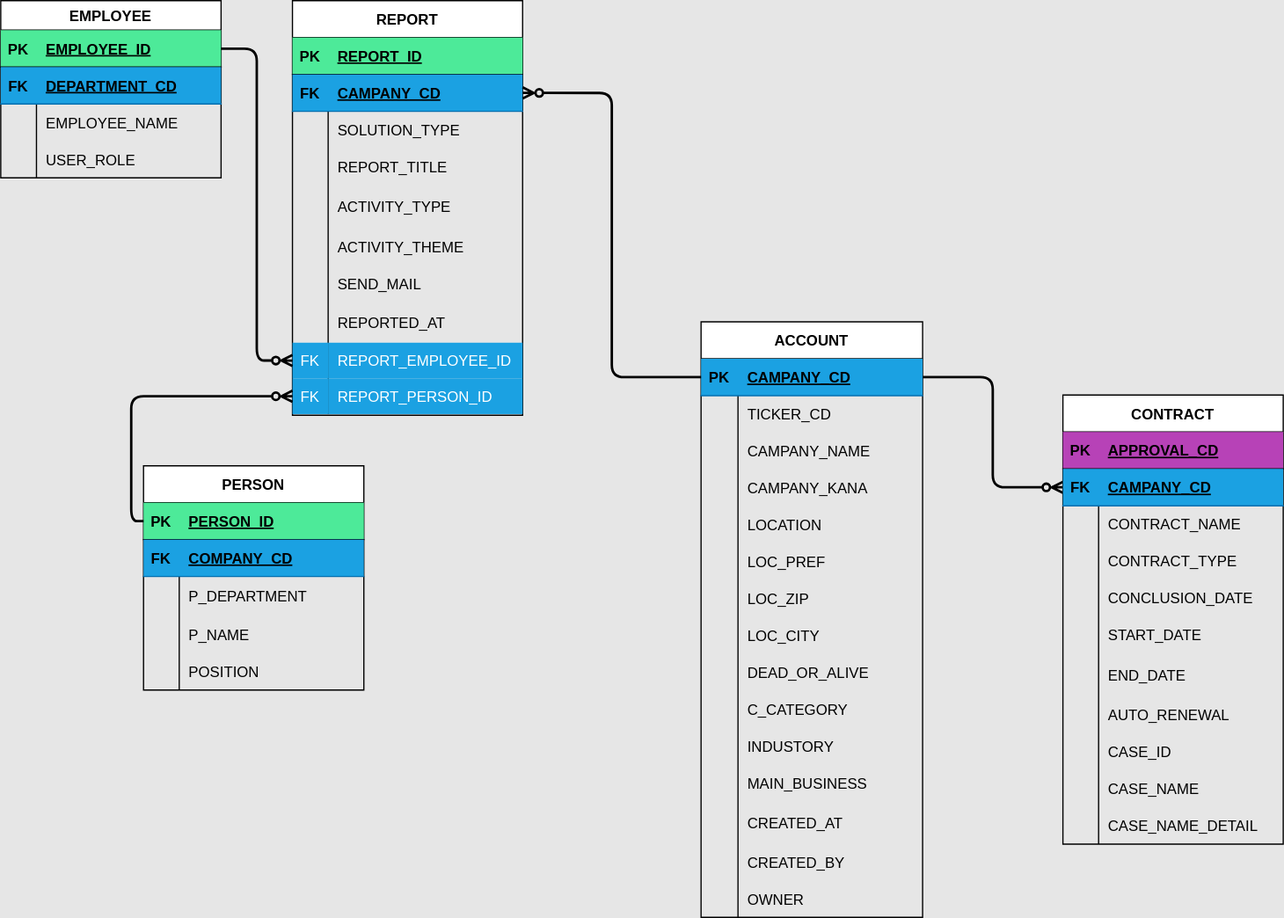
This is fmicrm-er.drawio.svg from dando-charon/st-crm-work, a draw.io export, as it was before one commit. Source tidied: cells renumbered, new cells last; positions are measured from the earlier drawing's top-left corner, leaving out a move shared by most shapes.
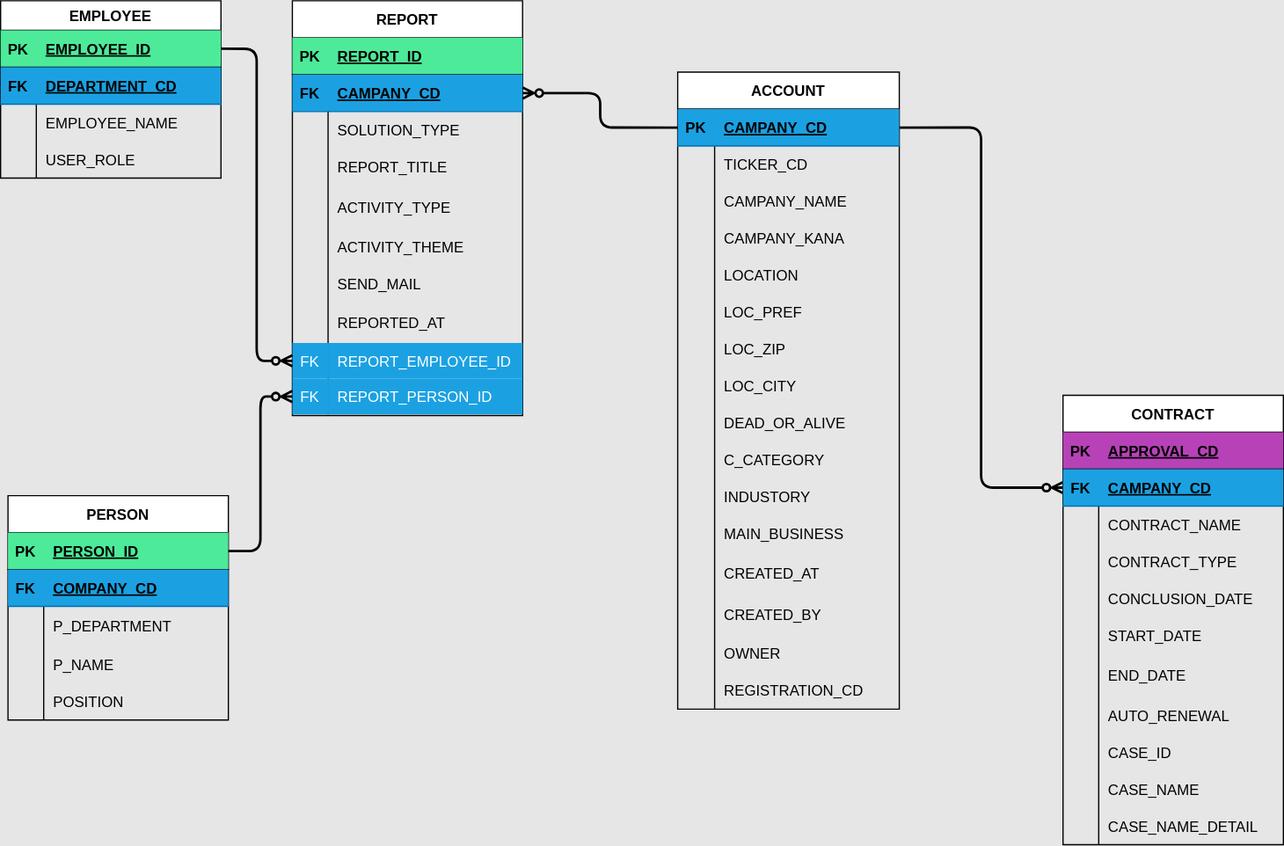
After the change.

Change to the diagram source:
```diff
@@ -6,7 +6,7 @@
       <mxGeometry relative="1" as="geometry" />
     </mxCell>
     <mxCell id="3" value="ACCOUNT" style="shape=table;startSize=30;rowLines=0;fontStyle=1;align=center;gradientColor=none;strokeColor=#000000;" parent="1" vertex="1">
-      <mxGeometry x="569" y="261" width="180" height="484" as="geometry" />
+      <mxGeometry x="550" y="58" width="180" height="517.4" as="geometry" />
     </mxCell>
     <mxCell id="4" style="shape=tableRow;horizontal=0;startSize=0;swimlaneHead=0;swimlaneBody=0;fillColor=#1ba1e2;points=[[0,0.5],[1,0.5]];portConstraint=eastwest;top=0;left=0;right=0;bottom=1;swimlaneFillColor=#197123;strokeColor=#006EAF;fontColor=#ffffff;" parent="3" vertex="1">
       <mxGeometry y="30" width="180" height="30" as="geometry" />
@@ -126,16 +126,16 @@
       <mxGeometry x="30" width="150" height="34" as="geometry" />
     </mxCell>
     <mxCell id="43" style="shape=tableRow;horizontal=0;startSize=0;swimlaneHead=0;swimlaneBody=0;fillColor=none;top=0;left=0;right=0;bottom=0;" parent="3" vertex="1">
-      <mxGeometry y="424" width="180" height="30" as="geometry" />
+      <mxGeometry y="424" width="180" height="33" as="geometry" />
     </mxCell>
     <mxCell id="44" style="shape=partialRectangle;fillColor=none;top=0;left=0;bottom=0;right=0;overflow=hidden;" parent="43" vertex="1">
-      <mxGeometry width="30" height="30" as="geometry" />
+      <mxGeometry width="30" height="33" as="geometry" />
     </mxCell>
     <mxCell id="45" value="CREATED_BY" style="shape=partialRectangle;fillColor=none;top=0;left=0;bottom=0;right=0;align=left;spacingLeft=6;overflow=hidden;fontColor=#000000;" parent="43" vertex="1">
-      <mxGeometry x="30" width="150" height="30" as="geometry" />
+      <mxGeometry x="30" width="150" height="33" as="geometry" />
     </mxCell>
     <mxCell id="46" style="shape=tableRow;horizontal=0;startSize=0;swimlaneHead=0;swimlaneBody=0;fillColor=none;top=0;left=0;right=0;bottom=0;" parent="3" vertex="1">
-      <mxGeometry y="454" width="180" height="30" as="geometry" />
+      <mxGeometry y="457" width="180" height="30" as="geometry" />
     </mxCell>
     <mxCell id="47" style="shape=partialRectangle;fillColor=none;top=0;left=0;bottom=0;right=0;overflow=hidden;" parent="46" vertex="1">
       <mxGeometry width="30" height="30" as="geometry" />
@@ -143,6 +143,15 @@
     <mxCell id="48" value="OWNER" style="shape=partialRectangle;fillColor=none;top=0;left=0;bottom=0;right=0;align=left;spacingLeft=6;overflow=hidden;fontColor=#000000;" parent="46" vertex="1">
       <mxGeometry x="30" width="150" height="30" as="geometry" />
     </mxCell>
+    <mxCell id="146" style="shape=tableRow;horizontal=0;startSize=0;swimlaneHead=0;swimlaneBody=0;fillColor=none;top=0;left=0;right=0;bottom=0;" parent="3" vertex="1">
+      <mxGeometry y="487" width="180" height="30" as="geometry" />
+    </mxCell>
+    <mxCell id="147" style="shape=partialRectangle;fillColor=none;top=0;left=0;bottom=0;right=0;overflow=hidden;" parent="146" vertex="1">
+      <mxGeometry width="30" height="30" as="geometry" />
+    </mxCell>
+    <mxCell id="148" value="REGISTRATION_CD" style="shape=partialRectangle;fillColor=none;top=0;left=0;bottom=0;right=0;align=left;spacingLeft=6;overflow=hidden;fontColor=#000000;" parent="146" vertex="1">
+      <mxGeometry x="30" width="150" height="30" as="geometry" />
+    </mxCell>
     <mxCell id="49" value="CONTRACT" style="shape=table;startSize=30;rowLines=0;fontStyle=1;align=center;strokeColor=#000000;" parent="1" vertex="1">
       <mxGeometry x="863" y="320.5" width="179" height="365" as="geometry" />
     </mxCell>
@@ -378,7 +387,7 @@
       <mxGeometry x="29" width="150" height="30" as="geometry" />
     </mxCell>
     <mxCell id="127" value="PERSON" style="shape=table;startSize=30;rowLines=0;fontStyle=1;align=center;strokeColor=#000000;" parent="1" vertex="1">
-      <mxGeometry x="116" y="378" width="179" height="182.3" as="geometry" />
+      <mxGeometry x="6" y="402" width="179" height="182.3" as="geometry" />
     </mxCell>
     <mxCell id="128" style="shape=tableRow;horizontal=0;startSize=0;swimlaneHead=0;swimlaneBody=0;fillColor=#4dea99;points=[[0,0.5],[1,0.5]];portConstraint=eastwest;top=0;left=0;right=0;bottom=1;swimlaneFillColor=#A3FF19;" parent="127" vertex="1">
       <mxGeometry y="30" width="179" height="30" as="geometry" />
@@ -425,7 +434,7 @@
     <mxCell id="142" value="POSITION" style="shape=partialRectangle;fillColor=none;top=0;left=0;bottom=0;right=0;align=left;spacingLeft=6;overflow=hidden;fontColor=#000000;" parent="140" vertex="1">
       <mxGeometry x="29" width="150" height="30" as="geometry" />
     </mxCell>
-    <mxCell id="143" style="edgeStyle=orthogonalEdgeStyle;html=1;endArrow=none;endFill=0;strokeWidth=2;entryX=0;entryY=0.5;entryDx=0;entryDy=0;strokeColor=#000000;exitX=0;exitY=0.5;exitDx=0;exitDy=0;startArrow=ERzeroToMany;startFill=0;" parent="1" edge="1" source="111" target="128">
+    <mxCell id="143" style="edgeStyle=orthogonalEdgeStyle;html=1;endArrow=none;endFill=0;strokeWidth=2;entryX=1;entryY=0.5;entryDx=0;entryDy=0;strokeColor=#000000;exitX=0;exitY=0.5;exitDx=0;exitDy=0;startArrow=ERzeroToMany;startFill=0;" parent="1" edge="1" source="111" target="128">
       <mxGeometry relative="1" as="geometry" />
     </mxCell>
     <mxCell id="144" style="edgeStyle=orthogonalEdgeStyle;html=1;endArrow=ERzeroToMany;endFill=0;strokeWidth=2;strokeColor=#000000;exitX=0;exitY=0.5;exitDx=0;exitDy=0;entryX=1;entryY=0.5;entryDx=0;entryDy=0;" parent="1" edge="1" source="4" target="87">
```
